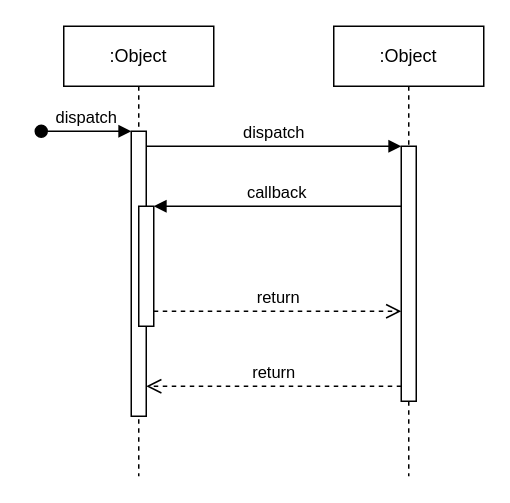
verxyzz/personal-portfolio keeps this draw.io diagram as img/Diagram Tanpa Judul.drawio. Above is the earlier version. Source tidied: cells renumbered, new cells numbered last; positions are measured from the earlier drawing's top-left corner, leaving out a move shared by most shapes. Both pictures are drawn from the tidied source at 150%, with x=0, y=0 at pixel (40, 26).
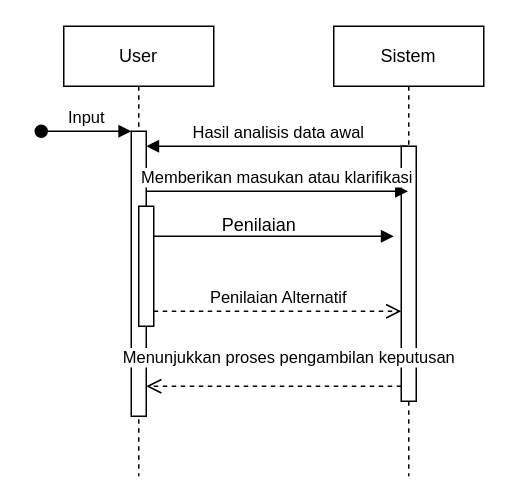
The same diagram, later.

The change refers to these unchanged cells:
```xml
<mxCell id="3" style="html=1;points=[];perimeter=orthogonalPerimeter;outlineConnect=0;targetShapes=umlLifeline;portConstraint=eastwest;newEdgeStyle={&quot;edgeStyle&quot;:&quot;elbowEdgeStyle&quot;,&quot;elbow&quot;:&quot;vertical&quot;,&quot;curved&quot;:0,&quot;rounded&quot;:0};" parent="2" vertex="1">
  <mxGeometry x="45" y="70" width="10" height="190" as="geometry" />
</mxCell>
<mxCell id="5" style="html=1;points=[];perimeter=orthogonalPerimeter;outlineConnect=0;targetShapes=umlLifeline;portConstraint=eastwest;newEdgeStyle={&quot;edgeStyle&quot;:&quot;elbowEdgeStyle&quot;,&quot;elbow&quot;:&quot;vertical&quot;,&quot;curved&quot;:0,&quot;rounded&quot;:0};" parent="2" vertex="1">
  <mxGeometry x="50" y="120" width="10" height="80" as="geometry" />
</mxCell>
<mxCell id="7" style="html=1;points=[];perimeter=orthogonalPerimeter;outlineConnect=0;targetShapes=umlLifeline;portConstraint=eastwest;newEdgeStyle={&quot;edgeStyle&quot;:&quot;elbowEdgeStyle&quot;,&quot;elbow&quot;:&quot;vertical&quot;,&quot;curved&quot;:0,&quot;rounded&quot;:0};" parent="6" vertex="1">
  <mxGeometry x="45" y="80" width="10" height="170" as="geometry" />
</mxCell>
```

Change to the diagram source:
```diff
@@
-    <mxCell id="2" value=":Object" style="shape=umlLifeline;perimeter=lifelinePerimeter;whiteSpace=wrap;html=1;newEdgeStyle={&quot;edgeStyle&quot;:&quot;elbowEdgeStyle&quot;,&quot;elbow&quot;:&quot;vertical&quot;,&quot;curved&quot;:0,&quot;rounded&quot;:0};" parent="1" vertex="1">
+    <mxCell id="2" value="User" style="shape=umlLifeline;perimeter=lifelinePerimeter;whiteSpace=wrap;html=1;newEdgeStyle={&quot;edgeStyle&quot;:&quot;elbowEdgeStyle&quot;,&quot;elbow&quot;:&quot;vertical&quot;,&quot;curved&quot;:0,&quot;rounded&quot;:0};" parent="1" vertex="1">
       <mxGeometry x="15" width="100" height="300" as="geometry" />
     </mxCell>
@@
-    <mxCell id="4" value="dispatch" style="html=1;verticalAlign=bottom;startArrow=oval;endArrow=block;startSize=8;edgeStyle=elbowEdgeStyle;elbow=vertical;curved=0;rounded=0;" parent="2" edge="1" target="3">
+    <mxCell id="4" value="Input" style="html=1;verticalAlign=bottom;startArrow=oval;endArrow=block;startSize=8;edgeStyle=elbowEdgeStyle;elbow=vertical;curved=0;rounded=0;" parent="2" edge="1" target="3">
       <mxGeometry relative="1" as="geometry">
         <mxPoint x="-15" y="70" as="sourcePoint" />
       </mxGeometry>
     </mxCell>
@@
-    <mxCell id="6" value=":Object" style="shape=umlLifeline;perimeter=lifelinePerimeter;whiteSpace=wrap;html=1;outlineConnect=0;portConstraint=eastwest;newEdgeStyle={&quot;edgeStyle&quot;:&quot;elbowEdgeStyle&quot;,&quot;elbow&quot;:&quot;vertical&quot;,&quot;curved&quot;:0,&quot;rounded&quot;:0};" parent="1" vertex="1">
+    <mxCell id="6" value="Sistem" style="shape=umlLifeline;perimeter=lifelinePerimeter;whiteSpace=wrap;html=1;outlineConnect=0;portConstraint=eastwest;newEdgeStyle={&quot;edgeStyle&quot;:&quot;elbowEdgeStyle&quot;,&quot;elbow&quot;:&quot;vertical&quot;,&quot;curved&quot;:0,&quot;rounded&quot;:0};" parent="1" vertex="1">
       <mxGeometry x="195" width="100" height="300" as="geometry" />
     </mxCell>
@@
-    <mxCell id="8" value="dispatch" style="html=1;verticalAlign=bottom;endArrow=block;edgeStyle=elbowEdgeStyle;elbow=vertical;curved=0;rounded=0;" parent="1" edge="1" source="3" target="7">
+    <mxCell id="8" value="Hasil analisis data awal" style="html=1;verticalAlign=bottom;endArrow=block;edgeStyle=elbowEdgeStyle;elbow=vertical;curved=0;rounded=0;" parent="1" edge="1" source="6" target="3">
       <mxGeometry relative="1" as="geometry">
         <Array as="points">
           <mxPoint x="155" y="80" />
         </Array>
       </mxGeometry>
     </mxCell>
-    <mxCell id="9" value="return" style="html=1;verticalAlign=bottom;endArrow=open;dashed=1;endSize=8;edgeStyle=elbowEdgeStyle;elbow=vertical;curved=0;rounded=0;" parent="1" edge="1" source="7" target="3">
-      <mxGeometry relative="1" as="geometry">
+    <mxCell id="9" value="Menunjukkan proses pengambilan keputusan" style="html=1;verticalAlign=bottom;endArrow=open;dashed=1;endSize=8;edgeStyle=elbowEdgeStyle;elbow=horizontal;curved=0;rounded=0;" parent="1" edge="1" source="7" target="3">
+      <mxGeometry x="-0.12" y="-10" relative="1" as="geometry">
         <Array as="points">
           <mxPoint x="165" y="240" />
         </Array>
       </mxGeometry>
     </mxCell>
-    <mxCell id="10" value="callback" style="html=1;verticalAlign=bottom;endArrow=block;edgeStyle=elbowEdgeStyle;elbow=vertical;curved=0;rounded=0;" parent="1" edge="1" source="7" target="5">
-      <mxGeometry relative="1" as="geometry">
-        <Array as="points">
-          <mxPoint x="165" y="120" />
-        </Array>
-      </mxGeometry>
-    </mxCell>
-    <mxCell id="11" value="return" style="html=1;verticalAlign=bottom;endArrow=open;dashed=1;endSize=8;edgeStyle=elbowEdgeStyle;elbow=vertical;curved=0;rounded=0;" parent="1" edge="1" source="5" target="7">
+    <mxCell id="11" value="Penilaian Alternatif" style="html=1;verticalAlign=bottom;endArrow=open;dashed=1;endSize=8;edgeStyle=elbowEdgeStyle;elbow=vertical;curved=0;rounded=0;" parent="1" edge="1" source="5" target="7">
       <mxGeometry relative="1" as="geometry">
         <Array as="points">
           <mxPoint x="155" y="190" />
         </Array>
       </mxGeometry>
     </mxCell>
+    <mxCell id="12" value="Memberikan masukan atau klarifikasi" style="html=1;verticalAlign=bottom;endArrow=block;edgeStyle=elbowEdgeStyle;elbow=vertical;curved=0;rounded=0;" parent="1" edge="1" source="3" target="6">
+      <mxGeometry relative="1" as="geometry">
+        <Array as="points">
+          <mxPoint x="175" y="110" />
+        </Array>
+      </mxGeometry>
+    </mxCell>
+    <mxCell id="13" style="html=1;verticalAlign=bottom;endArrow=block;edgeStyle=elbowEdgeStyle;elbow=vertical;curved=0;rounded=0;" parent="1" edge="1">
+      <mxGeometry x="0.06" relative="1" as="geometry">
+        <mxPoint x="75" y="140" as="sourcePoint" />
+        <mxPoint x="235" y="140" as="targetPoint" />
+        <Array as="points">
+          <mxPoint x="160" y="140" />
+        </Array>
+      </mxGeometry>
+    </mxCell>
+    <mxCell id="14" value="Penilaian" style="text;html=1;align=center;verticalAlign=middle;strokeColor=none;fillColor=none;" parent="1" vertex="1">
+      <mxGeometry x="110" y="118" width="70" height="30" as="geometry" />
+    </mxCell>
```
